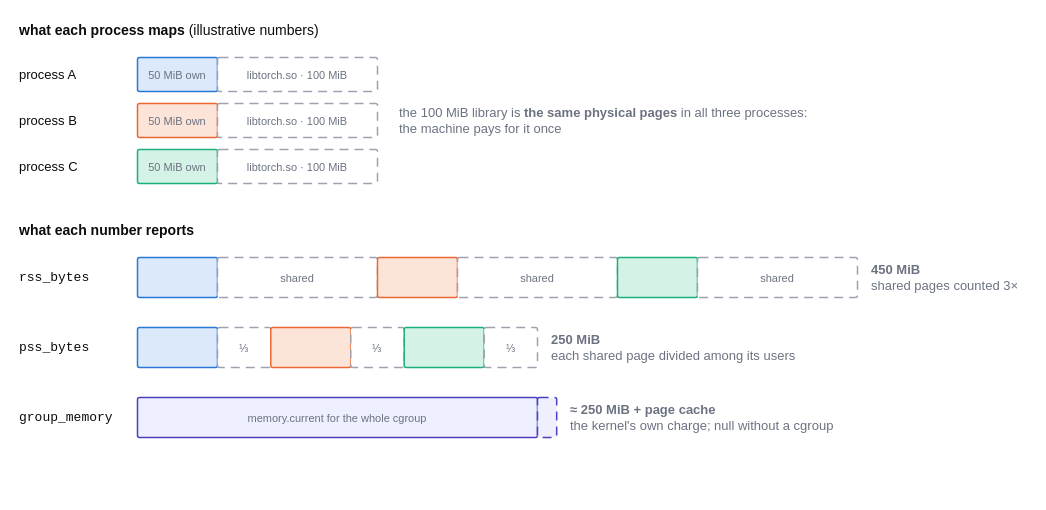
This is docs/assets/diagrams/memory.drawio from ibadrather/treehawk, a draw.io file, before an edit. Source tidied: cells renumbered, new cells numbered last; positions are measured from the earlier drawing's top-left corner, leaving out a move shared by most shapes. Both pictures are drawn from the tidied source at 100%, with x=0, y=0 at pixel (17, 17).
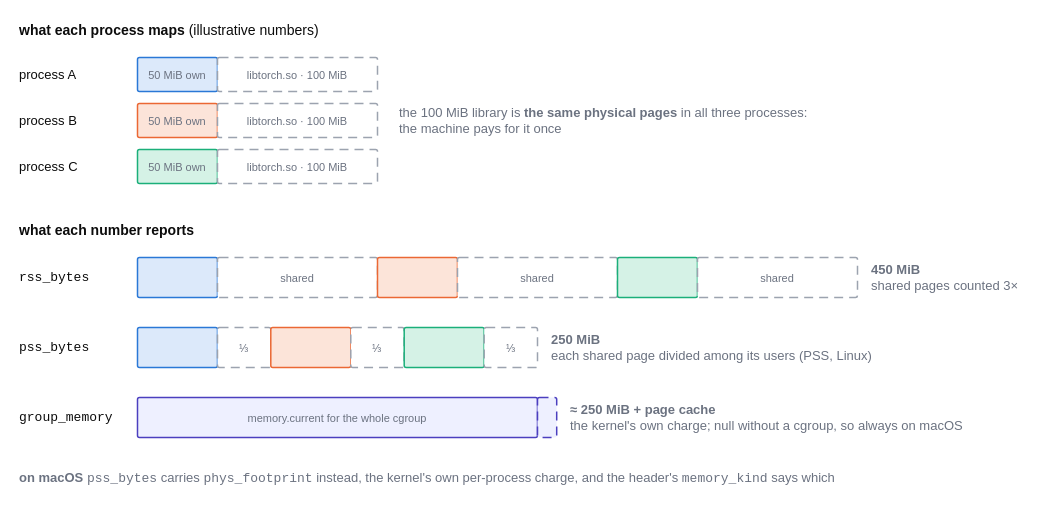
After the change.

What changed in the source:
```diff
@@
-    <mxCell id="29" value="&lt;b&gt;250 MiB&lt;/b&gt;&lt;br&gt;each shared page divided among its users" style="text;html=1;whiteSpace=wrap;strokeColor=none;fillColor=none;align=left;verticalAlign=middle;fontSize=13;fontColor=#6B7280;fontFamily=Helvetica;" parent="1" vertex="1">
-      <mxGeometry x="532" y="304" width="330" height="52" as="geometry" />
+    <mxCell id="29" value="&lt;b&gt;250 MiB&lt;/b&gt;&lt;br&gt;each shared page divided among its users (PSS, Linux)" style="text;html=1;whiteSpace=wrap;strokeColor=none;fillColor=none;align=left;verticalAlign=middle;fontSize=13;fontColor=#6B7280;fontFamily=Helvetica;" parent="1" vertex="1">
+      <mxGeometry x="532" y="304" width="420" height="52" as="geometry" />
     </mxCell>
@@
-    <mxCell id="33" value="&lt;b&gt;≈ 250 MiB + page cache&lt;/b&gt;&lt;br&gt;the kernel's own charge; null without a cgroup" style="text;html=1;whiteSpace=wrap;strokeColor=none;fillColor=none;align=left;verticalAlign=middle;fontSize=13;fontColor=#6B7280;fontFamily=Helvetica;" parent="1" vertex="1">
-      <mxGeometry x="551.2" y="374" width="400" height="52" as="geometry" />
+    <mxCell id="33" value="&lt;b&gt;≈ 250 MiB + page cache&lt;/b&gt;&lt;br&gt;the kernel's own charge; null without a cgroup, so always on macOS" style="text;html=1;whiteSpace=wrap;strokeColor=none;fillColor=none;align=left;verticalAlign=middle;fontSize=13;fontColor=#6B7280;fontFamily=Helvetica;" parent="1" vertex="1">
+      <mxGeometry x="551.2" y="374" width="460" height="52" as="geometry" />
     </mxCell>
+    <mxCell id="34" value="&lt;b&gt;on macOS&lt;/b&gt; &lt;span style=&quot;font-family:monospace&quot;&gt;pss_bytes&lt;/span&gt; carries &lt;span style=&quot;font-family:monospace&quot;&gt;phys_footprint&lt;/span&gt; instead, the kernel's own per-process charge, and the header's &lt;span style=&quot;font-family:monospace&quot;&gt;memory_kind&lt;/span&gt; says which" style="text;html=1;whiteSpace=wrap;strokeColor=none;fillColor=none;align=left;verticalAlign=middle;fontSize=13;fontColor=#6B7280;fontFamily=Helvetica;" parent="1" vertex="1">
+      <mxGeometry y="446" width="1000" height="30" as="geometry" />
+    </mxCell>
```
